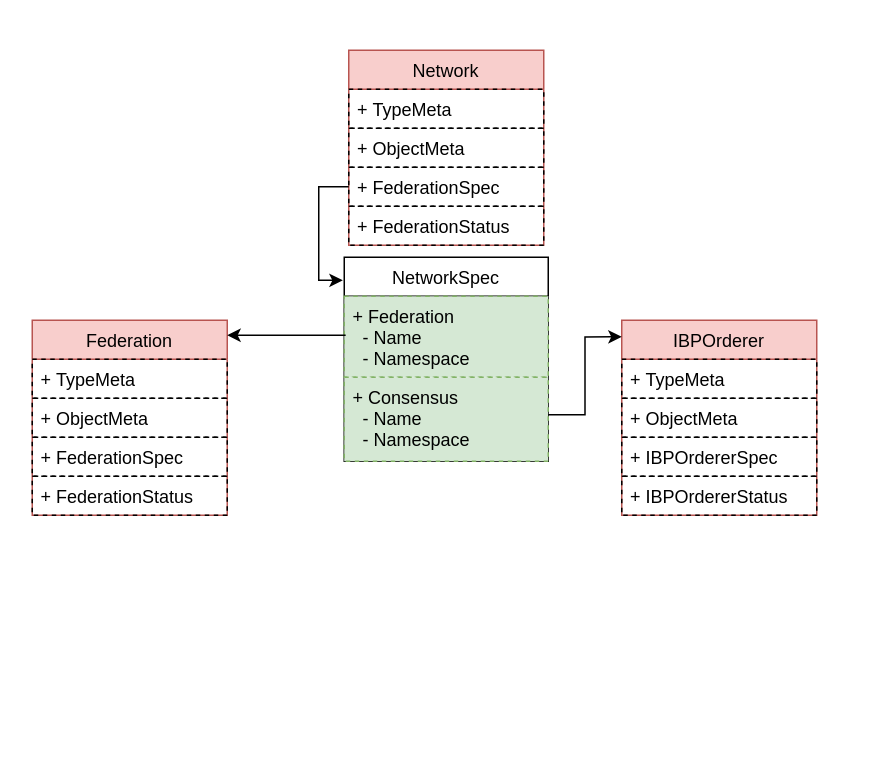
Before: dev_design/models-design/network.drawio in bestchains/product-design, a draw.io diagram. Source tidied: cells renumbered, new cells numbered last; positions are measured from the earlier drawing's top-left corner, leaving out a move shared by most shapes. Both pictures are drawn from the tidied source at 150%, with x=0, y=0 at pixel (32, 50).
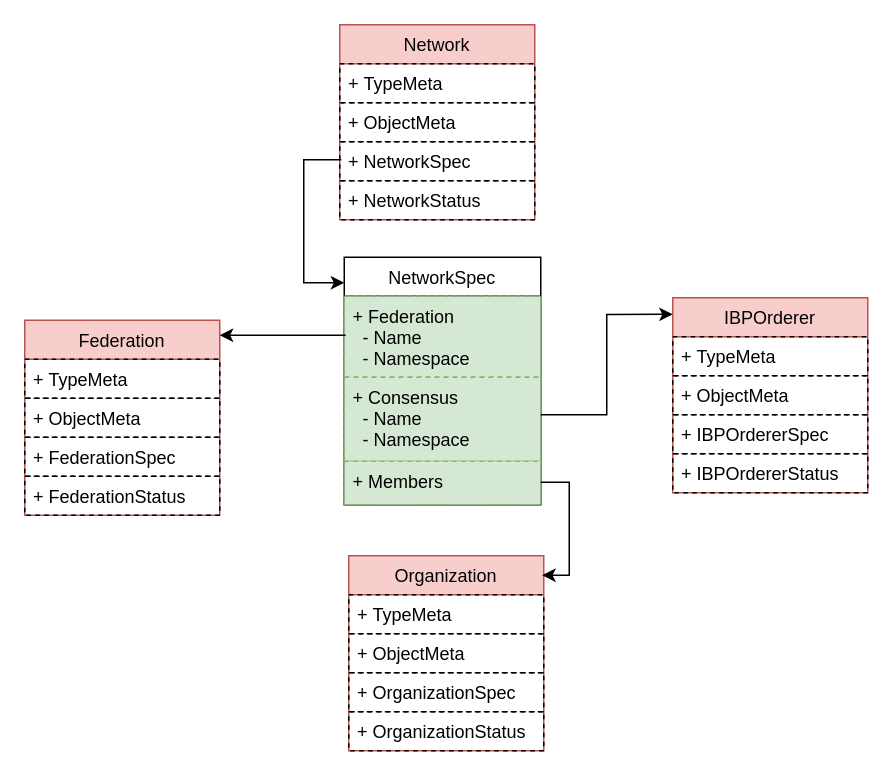
The same diagram, later.

Commit message (it also covers changes not shown here):
fix: add Members in NetworkSpec

Diff of the diagram source:
```diff
@@
     <mxCell id="2" value="NetworkSpec" style="swimlane;fontStyle=0;horizontal=1;startSize=26;fillColor=none;rounded=0;shadow=0;comic=0;swimlaneLine=1;glass=0;swimlaneFillColor=none;" parent="1" vertex="1">
-      <mxGeometry x="208" y="138" width="136" height="136" as="geometry" />
+      <mxGeometry x="208" y="138" width="131" height="165" as="geometry" />
     </mxCell>
     <mxCell id="3" value="+ Federation&#10;  - Name&#10;  - Namespace" style="text;strokeColor=#82b366;fillColor=#d5e8d4;align=left;verticalAlign=top;spacingLeft=4;spacingRight=4;overflow=hidden;points=[[0,0.5],[1,0.5]];portConstraint=eastwest;rounded=0;dashed=1;glass=0;" parent="2" vertex="1">
-      <mxGeometry y="26" width="136" height="54" as="geometry" />
+      <mxGeometry y="26" width="131" height="54" as="geometry" />
     </mxCell>
     <mxCell id="4" value="+ Consensus&#10;  - Name&#10;  - Namespace" style="text;strokeColor=#82b366;fillColor=#d5e8d4;align=left;verticalAlign=top;spacingLeft=4;spacingRight=4;overflow=hidden;points=[[0,0.5],[1,0.5]];portConstraint=eastwest;rounded=0;dashed=1;glass=0;" parent="2" vertex="1">
-      <mxGeometry y="80" width="136" height="56" as="geometry" />
+      <mxGeometry y="80" width="131" height="56" as="geometry" />
     </mxCell>
+    <mxCell id="23" value="+ Members" style="text;strokeColor=#82b366;fillColor=#d5e8d4;align=left;verticalAlign=top;spacingLeft=4;spacingRight=4;overflow=hidden;points=[[0,0.5],[1,0.5]];portConstraint=eastwest;rounded=0;dashed=1;glass=0;" parent="2" vertex="1">
+      <mxGeometry y="136" width="131" height="29" as="geometry" />
+    </mxCell>
     <mxCell id="5" value="Network" style="swimlane;fontStyle=0;horizontal=1;startSize=26;fillColor=#f8cecc;rounded=0;shadow=0;comic=0;swimlaneLine=1;glass=0;swimlaneFillColor=none;strokeColor=#b85450;" parent="1" vertex="1">
-      <mxGeometry x="211" width="130" height="130" as="geometry" />
+      <mxGeometry x="205" y="-17" width="130" height="130" as="geometry" />
     </mxCell>
@@
-    <mxCell id="8" value="+ FederationSpec" style="text;strokeColor=#000000;fillColor=none;align=left;verticalAlign=top;spacingLeft=4;spacingRight=4;overflow=hidden;points=[[0,0.5],[1,0.5]];portConstraint=eastwest;rounded=0;dashed=1;glass=0;" parent="5" vertex="1">
+    <mxCell id="8" value="+ NetworkSpec" style="text;strokeColor=#000000;fillColor=none;align=left;verticalAlign=top;spacingLeft=4;spacingRight=4;overflow=hidden;points=[[0,0.5],[1,0.5]];portConstraint=eastwest;rounded=0;dashed=1;glass=0;" parent="5" vertex="1">
       <mxGeometry y="78" width="130" height="26" as="geometry" />
     </mxCell>
-    <mxCell id="9" value="+ FederationStatus" style="text;strokeColor=#000000;fillColor=none;align=left;verticalAlign=top;spacingLeft=4;spacingRight=4;overflow=hidden;rounded=0;dashed=1;glass=0;" parent="5" vertex="1">
+    <mxCell id="9" value="+ NetworkStatus" style="text;strokeColor=#000000;fillColor=none;align=left;verticalAlign=top;spacingLeft=4;spacingRight=4;overflow=hidden;rounded=0;dashed=1;glass=0;" parent="5" vertex="1">
       <mxGeometry y="104" width="130" height="26" as="geometry" />
     </mxCell>
     <mxCell id="10" value="IBPOrderer" style="swimlane;fontStyle=0;horizontal=1;startSize=26;fillColor=#f8cecc;rounded=0;shadow=0;comic=0;swimlaneLine=1;glass=0;swimlaneFillColor=none;strokeColor=#b85450;" parent="1" vertex="1">
-      <mxGeometry x="393" y="180" width="130" height="130" as="geometry" />
+      <mxGeometry x="427" y="165" width="130" height="130" as="geometry" />
     </mxCell>
@@
-    <mxCell id="15" style="endArrow=classic;html=1;rounded=0;entryX=-0.007;entryY=0.113;entryDx=0;entryDy=0;entryPerimeter=0;edgeStyle=orthogonalEdgeStyle;" parent="1" edge="1" source="8" target="2">
-      <mxGeometry relative="1" as="geometry">
-        <Array as="points">
-          <mxPoint x="191" y="91" />
-          <mxPoint x="191" y="153" />
-        </Array>
-      </mxGeometry>
-    </mxCell>
     <mxCell id="16" value="Federation" style="swimlane;fontStyle=0;horizontal=1;startSize=26;fillColor=#f8cecc;rounded=0;shadow=0;comic=0;swimlaneLine=1;glass=0;swimlaneFillColor=none;strokeColor=#b85450;" parent="1" vertex="1">
-      <mxGeometry y="180" width="130" height="130" as="geometry" />
+      <mxGeometry x="-5" y="180" width="130" height="130" as="geometry" />
     </mxCell>
@@
+    <mxCell id="24" value="Organization" style="swimlane;fontStyle=0;horizontal=1;startSize=26;fillColor=#f8cecc;rounded=0;shadow=0;comic=0;swimlaneLine=1;glass=0;swimlaneFillColor=none;strokeColor=#b85450;" parent="1" vertex="1">
+      <mxGeometry x="211" y="337" width="130" height="130" as="geometry" />
+    </mxCell>
+    <mxCell id="25" value="+ TypeMeta" style="text;strokeColor=#000000;fillColor=none;align=left;verticalAlign=top;spacingLeft=4;spacingRight=4;overflow=hidden;dashed=1;rounded=0;glass=0;" parent="24" vertex="1">
+      <mxGeometry y="26" width="130" height="26" as="geometry" />
+    </mxCell>
+    <mxCell id="26" value="+ ObjectMeta" style="text;strokeColor=#000000;fillColor=none;align=left;verticalAlign=top;spacingLeft=4;spacingRight=4;overflow=hidden;dashed=1;rounded=0;glass=0;" parent="24" vertex="1">
+      <mxGeometry y="52" width="130" height="26" as="geometry" />
+    </mxCell>
+    <mxCell id="27" value="+ OrganizationSpec" style="text;strokeColor=#000000;fillColor=none;align=left;verticalAlign=top;spacingLeft=4;spacingRight=4;overflow=hidden;rounded=0;dashed=1;glass=0;" parent="24" vertex="1">
+      <mxGeometry y="78" width="130" height="26" as="geometry" />
+    </mxCell>
+    <mxCell id="28" value="+ OrganizationStatus" style="text;strokeColor=#000000;fillColor=none;align=left;verticalAlign=top;spacingLeft=4;spacingRight=4;overflow=hidden;rounded=0;dashed=1;glass=0;" parent="24" vertex="1">
+      <mxGeometry y="104" width="130" height="26" as="geometry" />
+    </mxCell>
+    <mxCell id="15" style="endArrow=classic;html=1;rounded=0;exitX=0.008;exitY=0.462;exitDx=0;exitDy=0;exitPerimeter=0;entryX=0;entryY=0.103;entryDx=0;entryDy=0;entryPerimeter=0;edgeStyle=orthogonalEdgeStyle;" parent="1" edge="1" source="8" target="2">
+      <mxGeometry relative="1" as="geometry">
+        <Array as="points">
+          <mxPoint x="181" y="73" />
+          <mxPoint x="181" y="155" />
+        </Array>
+      </mxGeometry>
+    </mxCell>
+    <mxCell id="29" style="endArrow=classic;html=1;rounded=0;exitX=1;exitY=0.483;exitDx=0;exitDy=0;exitPerimeter=0;entryX=0.992;entryY=0.1;entryDx=0;entryDy=0;entryPerimeter=0;edgeStyle=orthogonalEdgeStyle;" parent="1" edge="1" source="23" target="24">
+      <mxGeometry relative="1" as="geometry">
+        <Array as="points">
+          <mxPoint x="358" y="288" />
+          <mxPoint x="358" y="350" />
+        </Array>
+      </mxGeometry>
+    </mxCell>
```
